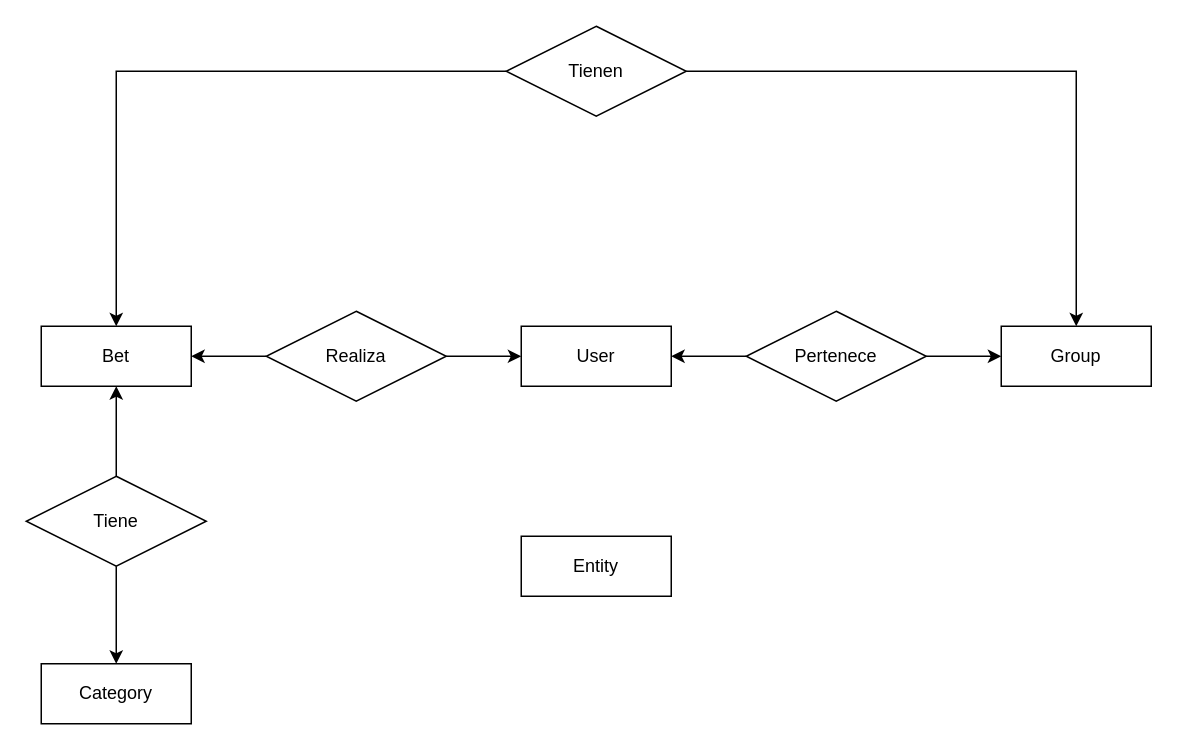
Above: database/WinME_Esquema_E-R.drawio in LuisGordilloTadeo2003/WinMe (draw.io), before the change. Source tidied: cells renumbered, new cells numbered last; positions are measured from the earlier drawing's top-left corner, leaving out a move shared by most shapes. Both pictures are drawn from the tidied source at 150%, with x=0, y=0 at pixel (26, 26).
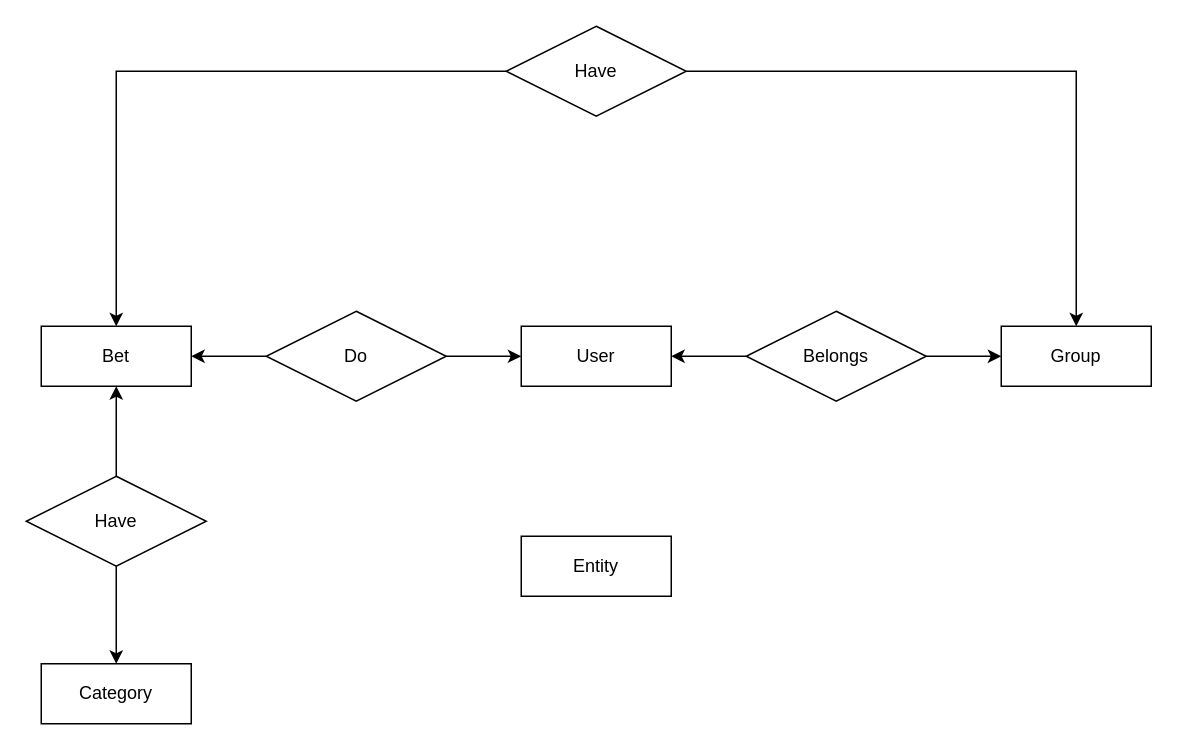
The same diagram, later.

Commit message:
creacion de back y database

Diff of the diagram source:
```diff
@@
 <mxGraphModel>
   <root>
     <mxCell id="0" />
     <mxCell id="1" parent="0" />
     <mxCell id="2" value="User" style="whiteSpace=wrap;html=1;align=center;" parent="1" vertex="1">
       <mxGeometry x="330" y="200" width="100" height="40" as="geometry" />
     </mxCell>
     <mxCell id="3" value="Entity" style="whiteSpace=wrap;html=1;align=center;" parent="1" vertex="1">
       <mxGeometry x="330" y="340" width="100" height="40" as="geometry" />
     </mxCell>
     <mxCell id="4" value="Group" style="whiteSpace=wrap;html=1;align=center;" parent="1" vertex="1">
       <mxGeometry x="650" y="200" width="100" height="40" as="geometry" />
     </mxCell>
     <mxCell id="5" value="Bet" style="whiteSpace=wrap;html=1;align=center;" parent="1" vertex="1">
       <mxGeometry x="10" y="200" width="100" height="40" as="geometry" />
     </mxCell>
     <mxCell id="6" style="edgeStyle=orthogonalEdgeStyle;rounded=0;jettySize=auto;html=1;entryX=0.5;entryY=0;entryDx=0;entryDy=0;" parent="1" edge="1" source="8" target="4">
       <mxGeometry relative="1" as="geometry" />
     </mxCell>
     <mxCell id="7" style="edgeStyle=orthogonalEdgeStyle;rounded=0;jettySize=auto;html=1;entryX=0.5;entryY=0;entryDx=0;entryDy=0;" parent="1" edge="1" source="8" target="5">
       <mxGeometry relative="1" as="geometry" />
     </mxCell>
-    <mxCell id="8" value="Tienen" style="shape=rhombus;perimeter=rhombusPerimeter;whiteSpace=wrap;html=1;align=center;" parent="1" vertex="1">
+    <mxCell id="8" value="Have" style="shape=rhombus;perimeter=rhombusPerimeter;whiteSpace=wrap;html=1;align=center;" parent="1" vertex="1">
       <mxGeometry x="320" width="120" height="60" as="geometry" />
     </mxCell>
     <mxCell id="9" style="edgeStyle=orthogonalEdgeStyle;rounded=0;jettySize=auto;html=1;" parent="1" edge="1" source="11" target="2">
       <mxGeometry relative="1" as="geometry" />
     </mxCell>
     <mxCell id="10" style="edgeStyle=orthogonalEdgeStyle;rounded=0;jettySize=auto;html=1;" parent="1" edge="1" source="11" target="4">
       <mxGeometry relative="1" as="geometry" />
     </mxCell>
-    <mxCell id="11" value="Pertenece" style="shape=rhombus;perimeter=rhombusPerimeter;whiteSpace=wrap;html=1;align=center;" parent="1" vertex="1">
+    <mxCell id="11" value="Belongs" style="shape=rhombus;perimeter=rhombusPerimeter;whiteSpace=wrap;html=1;align=center;" parent="1" vertex="1">
       <mxGeometry x="480" y="190" width="120" height="60" as="geometry" />
     </mxCell>
     <mxCell id="12" style="edgeStyle=orthogonalEdgeStyle;rounded=0;jettySize=auto;html=1;" parent="1" edge="1" source="14" target="2">
       <mxGeometry relative="1" as="geometry" />
     </mxCell>
     <mxCell id="13" style="edgeStyle=orthogonalEdgeStyle;rounded=0;jettySize=auto;html=1;" parent="1" edge="1" source="14" target="5">
       <mxGeometry relative="1" as="geometry" />
     </mxCell>
-    <mxCell id="14" value="Realiza" style="shape=rhombus;perimeter=rhombusPerimeter;whiteSpace=wrap;html=1;align=center;" parent="1" vertex="1">
+    <mxCell id="14" value="Do" style="shape=rhombus;perimeter=rhombusPerimeter;whiteSpace=wrap;html=1;align=center;" parent="1" vertex="1">
       <mxGeometry x="160" y="190" width="120" height="60" as="geometry" />
     </mxCell>
     <mxCell id="15" value="Category" style="whiteSpace=wrap;html=1;align=center;" parent="1" vertex="1">
       <mxGeometry x="10" y="425" width="100" height="40" as="geometry" />
     </mxCell>
     <mxCell id="16" style="edgeStyle=orthogonalEdgeStyle;rounded=0;jettySize=auto;html=1;" parent="1" edge="1" source="18" target="5">
       <mxGeometry relative="1" as="geometry" />
     </mxCell>
     <mxCell id="17" style="edgeStyle=orthogonalEdgeStyle;rounded=0;jettySize=auto;html=1;" parent="1" edge="1" source="18" target="15">
       <mxGeometry relative="1" as="geometry" />
     </mxCell>
-    <mxCell id="18" value="Tiene" style="shape=rhombus;perimeter=rhombusPerimeter;whiteSpace=wrap;html=1;align=center;" parent="1" vertex="1">
+    <mxCell id="18" value="Have" style="shape=rhombus;perimeter=rhombusPerimeter;whiteSpace=wrap;html=1;align=center;" parent="1" vertex="1">
       <mxGeometry y="300" width="120" height="60" as="geometry" />
     </mxCell>
   </root>
 </mxGraphModel>
```
